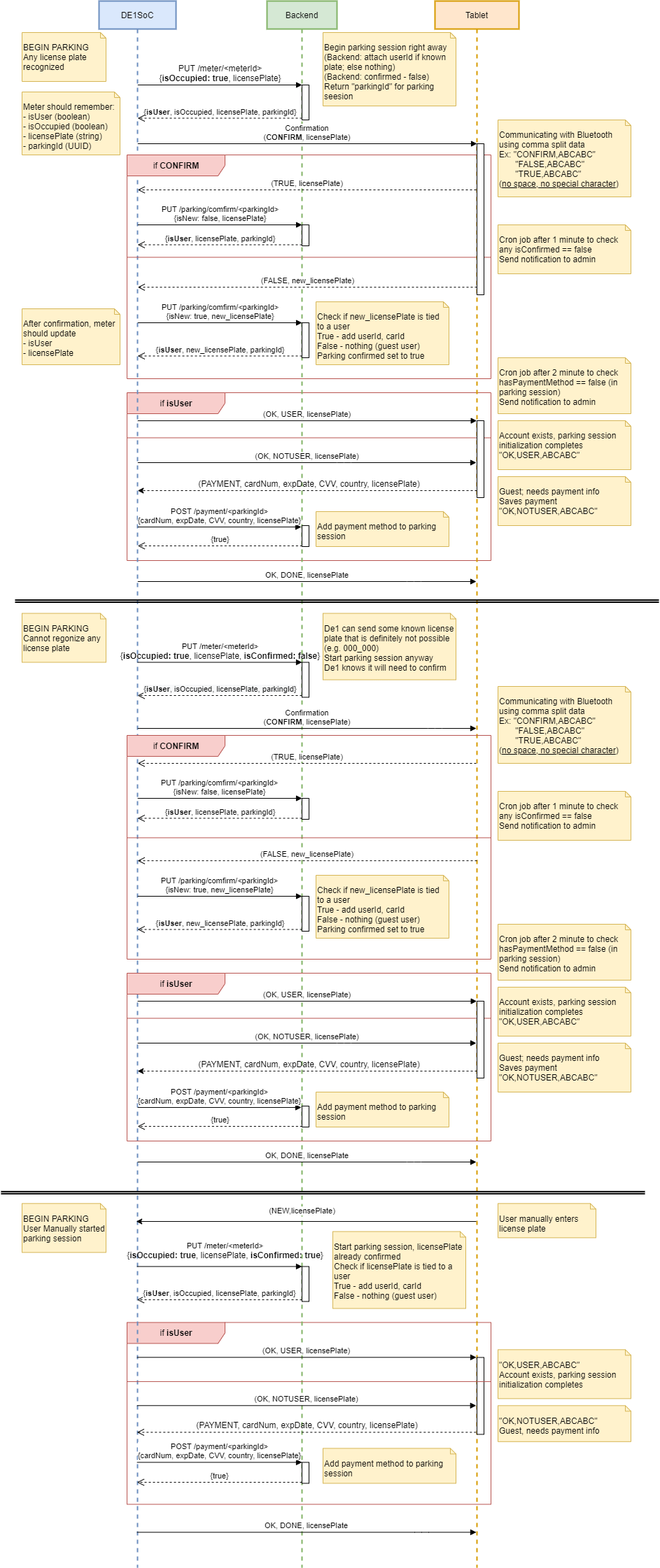
rmcreyes/cpen391-backend keeps this draw.io diagram as static/parking_edit.drawio.png. Above is the earlier version. Source tidied: cells renumbered, new cells last; positions are measured from the earlier drawing's top-left corner, leaving out a move shared by most shapes.
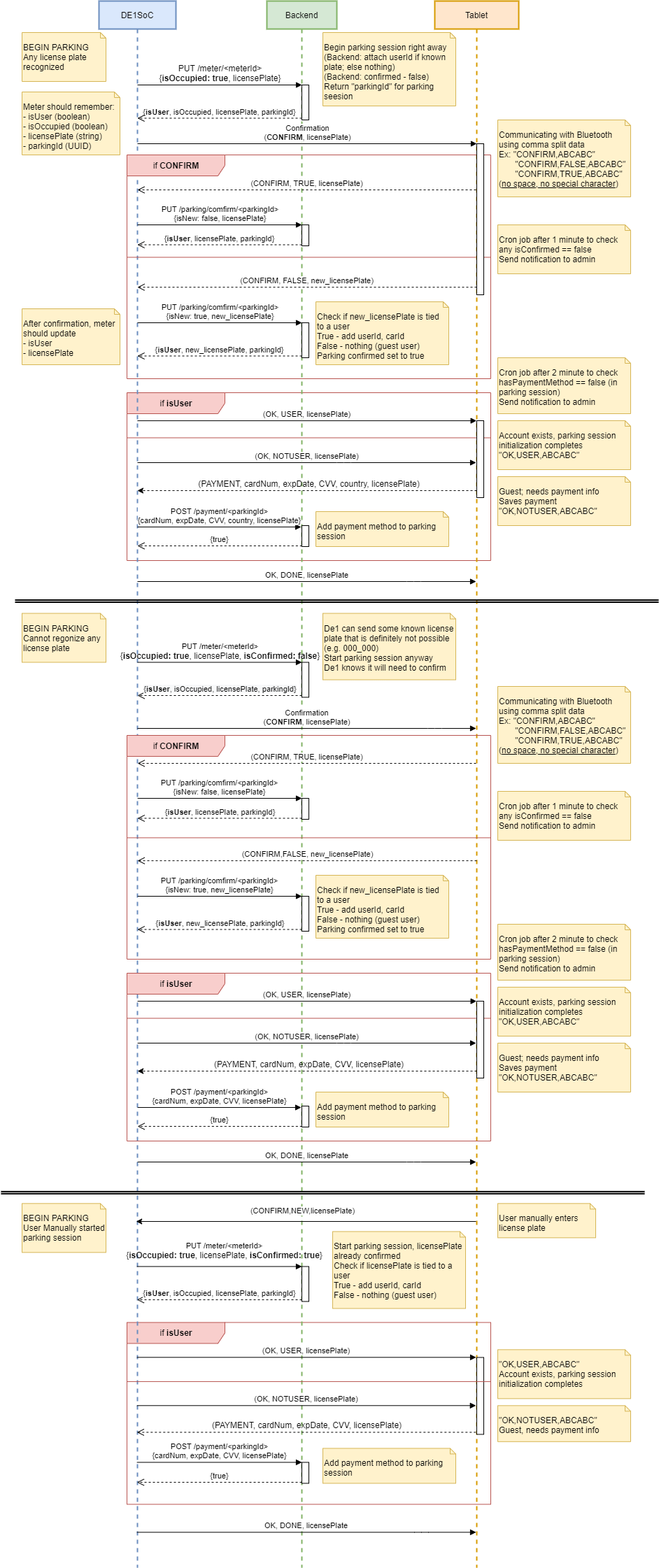
The same diagram one commit later.

Commit message:
command format & no country

Diff of the diagram source:
```diff
@@ -38,10 +38,10 @@
     <mxCell id="13" value="Confirmation&lt;br&gt;(&lt;b&gt;CONFIRM&lt;/b&gt;, licensePlate)" style="html=1;verticalAlign=bottom;endArrow=block;entryX=0;entryY=0;" parent="1" edge="1" source="4" target="47">
       <mxGeometry relative="1" as="geometry" />
     </mxCell>
-    <mxCell id="14" value="(FALSE, new_licensePlate)" style="html=1;verticalAlign=bottom;endArrow=open;dashed=1;endSize=8;exitX=0;exitY=0.95;" parent="1" edge="1" source="47" target="4">
+    <mxCell id="14" value="(CONFIRM, FALSE, new_licensePlate)" style="html=1;verticalAlign=bottom;endArrow=open;dashed=1;endSize=8;exitX=0;exitY=0.95;" parent="1" edge="1" source="47" target="4">
       <mxGeometry relative="1" as="geometry" />
     </mxCell>
-    <mxCell id="15" value="(TRUE, licensePlate)" style="html=1;verticalAlign=bottom;endArrow=open;dashed=1;endSize=8;" parent="1" edge="1" source="7" target="4">
+    <mxCell id="15" value="(CONFIRM, TRUE, licensePlate)" style="html=1;verticalAlign=bottom;endArrow=open;dashed=1;endSize=8;" parent="1" edge="1" source="7" target="4">
       <mxGeometry relative="1" as="geometry">
         <Array as="points">
           <mxPoint x="430" y="270" />
@@ -69,7 +69,7 @@
     <mxCell id="22" value="&lt;blockquote style=&quot;margin: 0 0 0 40px ; border: none ; padding: 0px&quot;&gt;&lt;/blockquote&gt;&lt;span&gt;Cron job after 1 minute to check any isConfirmed == false&lt;br&gt;Send notification to admin&lt;br&gt;&lt;/span&gt;" style="shape=note2;boundedLbl=1;whiteSpace=wrap;html=1;size=8;verticalAlign=top;align=left;fillColor=#fff2cc;strokeColor=#d6b656;" parent="1" vertex="1">
       <mxGeometry x="710" y="320" width="190" height="70" as="geometry" />
     </mxCell>
-    <mxCell id="23" value="&lt;blockquote style=&quot;margin: 0 0 0 40px ; border: none ; padding: 0px&quot;&gt;&lt;/blockquote&gt;Communicating with Bluetooth using comma split data&lt;br&gt;Ex: &quot;CONFIRM,ABCABC&quot;&lt;br&gt;&amp;nbsp; &amp;nbsp; &amp;nbsp; &amp;nbsp;&quot;FALSE,ABCABC&quot;&lt;br&gt;&amp;nbsp; &amp;nbsp; &amp;nbsp; &amp;nbsp;&quot;TRUE,ABCABC&quot;&lt;br&gt;(&lt;u&gt;no space, no special character&lt;/u&gt;)" style="shape=note2;boundedLbl=1;whiteSpace=wrap;html=1;size=8;verticalAlign=top;align=left;fillColor=#fff2cc;strokeColor=#d6b656;" parent="1" vertex="1">
+    <mxCell id="23" value="&lt;blockquote style=&quot;margin: 0 0 0 40px ; border: none ; padding: 0px&quot;&gt;&lt;/blockquote&gt;Communicating with Bluetooth using comma split data&lt;br&gt;Ex: &quot;CONFIRM,ABCABC&quot;&lt;br&gt;&amp;nbsp; &amp;nbsp; &amp;nbsp; &amp;nbsp;&quot;CONFIRM,FALSE,ABCABC&quot;&lt;br&gt;&amp;nbsp; &amp;nbsp; &amp;nbsp; &amp;nbsp;&quot;CONFIRM,TRUE,ABCABC&quot;&lt;br&gt;(&lt;u&gt;no space, no special character&lt;/u&gt;)" style="shape=note2;boundedLbl=1;whiteSpace=wrap;html=1;size=8;verticalAlign=top;align=left;fillColor=#fff2cc;strokeColor=#d6b656;" parent="1" vertex="1">
       <mxGeometry x="710" y="170" width="190" height="110" as="geometry" />
     </mxCell>
     <mxCell id="24" value="(OK, NOTUSER, licensePlate)" style="html=1;verticalAlign=bottom;endArrow=block;dashed=0;" parent="1" edge="1" source="4" target="7">
@@ -133,7 +133,7 @@
         <mxPoint x="193.2" y="1745" as="targetPoint" />
       </mxGeometry>
     </mxCell>
-    <mxCell id="38" value="(NEW,licensePlate)" style="edgeLabel;html=1;align=center;verticalAlign=middle;" parent="37" vertex="1">
+    <mxCell id="38" value="(CONFIRM,NEW,licensePlate)" style="edgeLabel;html=1;align=center;verticalAlign=middle;" parent="37" vertex="1">
       <mxGeometry x="-0.09" y="1" relative="1" as="geometry">
         <mxPoint x="-26.9" y="-16.6" as="offset" />
       </mxGeometry>
@@ -203,7 +203,7 @@
     <mxCell id="57" style="html=1;points=[];perimeter=orthogonalPerimeter;" parent="1" vertex="1">
       <mxGeometry x="430" y="2089.4" width="10" height="30" as="geometry" />
     </mxCell>
-    <mxCell id="58" value="POST /payment/&amp;lt;parkingId&amp;gt;&lt;br&gt;{cardNum, expDate, CVV, country, licensePlate}" style="html=1;verticalAlign=bottom;endArrow=block;entryX=0;entryY=0;" parent="1" edge="1" target="57">
+    <mxCell id="58" value="POST /payment/&amp;lt;parkingId&amp;gt;&lt;br&gt;{cardNum, expDate, CVV, licensePlate}" style="html=1;verticalAlign=bottom;endArrow=block;entryX=0;entryY=0;" parent="1" edge="1" target="57">
       <mxGeometry relative="1" as="geometry">
         <mxPoint x="194.3" y="2089.4" as="sourcePoint" />
       </mxGeometry>
@@ -243,7 +243,7 @@
         </Array>
       </mxGeometry>
     </mxCell>
-    <mxCell id="68" value="&lt;span style=&quot;font-size: 12px;&quot;&gt;(PAYMENT, cardNum, expDate, CVV, country, licensePlate)&lt;/span&gt;" style="html=1;verticalAlign=bottom;endArrow=open;dashed=1;endSize=8;exitX=-0.121;exitY=0.973;exitDx=0;exitDy=0;exitPerimeter=0;labelBackgroundColor=none;" parent="1" edge="1" source="36">
+    <mxCell id="68" value="&lt;span style=&quot;font-size: 12px&quot;&gt;(PAYMENT, cardNum, expDate, CVV, licensePlate)&lt;/span&gt;" style="html=1;verticalAlign=bottom;endArrow=open;dashed=1;endSize=8;exitX=-0.121;exitY=0.973;exitDx=0;exitDy=0;exitPerimeter=0;labelBackgroundColor=none;" parent="1" edge="1" source="36">
       <mxGeometry relative="1" as="geometry">
         <mxPoint x="194.3" y="2046.5" as="targetPoint" />
       </mxGeometry>
@@ -263,13 +263,13 @@
     <mxCell id="73" style="line;strokeWidth=1;labelPosition=center;verticalLabelPosition=bottom;align=left;verticalAlign=top;spacingLeft=20;spacingTop=15;fillColor=#f8cecc;strokeColor=#b85450;" parent="72" vertex="1">
       <mxGeometry y="140" width="520" height="12.8" as="geometry" />
     </mxCell>
-    <mxCell id="74" value="(FALSE, new_licensePlate)" style="html=1;verticalAlign=bottom;endArrow=open;dashed=1;endSize=8;exitX=0;exitY=0.95;" parent="1" edge="1">
+    <mxCell id="74" value="(CONFIRM,FALSE, new_licensePlate)" style="html=1;verticalAlign=bottom;endArrow=open;dashed=1;endSize=8;exitX=0;exitY=0.95;" parent="1" edge="1">
       <mxGeometry relative="1" as="geometry">
         <mxPoint x="680" y="1229.2" as="sourcePoint" />
         <mxPoint x="195.2" y="1229.2" as="targetPoint" />
       </mxGeometry>
     </mxCell>
-    <mxCell id="75" value="(TRUE, licensePlate)" style="html=1;verticalAlign=bottom;endArrow=open;dashed=1;endSize=8;" parent="1" edge="1">
+    <mxCell id="75" value="(CONFIRM, TRUE, licensePlate)" style="html=1;verticalAlign=bottom;endArrow=open;dashed=1;endSize=8;" parent="1" edge="1">
       <mxGeometry relative="1" as="geometry">
         <mxPoint x="679" y="1090" as="sourcePoint" />
         <mxPoint x="195.2" y="1090" as="targetPoint" />
@@ -339,8 +339,8 @@
         </Array>
       </mxGeometry>
     </mxCell>
-    <mxCell id="88" value="&lt;font style=&quot;font-size: 12px&quot;&gt;(PAYMENT, cardNum, expDate, CVV, country, licensePlate)&lt;/font&gt;" style="text;html=1;align=center;verticalAlign=middle;" parent="1" vertex="1">
-      <mxGeometry x="275" y="1510" width="330" height="20" as="geometry" />
+    <mxCell id="88" value="&lt;font style=&quot;font-size: 12px&quot;&gt;(PAYMENT, cardNum, expDate, CVV, licensePlate)&lt;/font&gt;" style="text;html=1;align=center;verticalAlign=middle;" parent="1" vertex="1">
+      <mxGeometry x="295" y="1510" width="290" height="20" as="geometry" />
     </mxCell>
     <mxCell id="89" value="OK, DONE, licensePlate" style="html=1;verticalAlign=bottom;endArrow=block;" parent="1" edge="1">
       <mxGeometry relative="1" as="geometry">
@@ -360,7 +360,7 @@
     <mxCell id="92" style="html=1;points=[];perimeter=orthogonalPerimeter;" parent="1" vertex="1">
       <mxGeometry x="680" y="1430" width="10" height="110" as="geometry" />
     </mxCell>
-    <mxCell id="93" value="POST /payment/&amp;lt;parkingId&amp;gt;&lt;br&gt;{cardNum, expDate, CVV, country, licensePlate}" style="html=1;verticalAlign=bottom;endArrow=block;entryX=-0.1;entryY=0.067;entryDx=0;entryDy=0;entryPerimeter=0;" parent="1" edge="1" target="95">
+    <mxCell id="93" value="POST /payment/&amp;lt;parkingId&amp;gt;&lt;br&gt;{cardNum, expDate, CVV, licensePlate}" style="html=1;verticalAlign=bottom;endArrow=block;entryX=-0.1;entryY=0.067;entryDx=0;entryDy=0;entryPerimeter=0;" parent="1" edge="1" target="95">
       <mxGeometry relative="1" as="geometry">
         <mxPoint x="195.2" y="1582" as="sourcePoint" />
       </mxGeometry>
@@ -376,7 +376,7 @@
     <mxCell id="96" value="&lt;blockquote style=&quot;margin: 0 0 0 40px ; border: none ; padding: 0px&quot;&gt;&lt;/blockquote&gt;&lt;span&gt;Cron job after 1 minute to check any isConfirmed == false&lt;br&gt;Send notification to admin&lt;br&gt;&lt;/span&gt;" style="shape=note2;boundedLbl=1;whiteSpace=wrap;html=1;size=8;verticalAlign=top;align=left;fillColor=#fff2cc;strokeColor=#d6b656;" parent="1" vertex="1">
       <mxGeometry x="710" y="1130" width="190" height="70" as="geometry" />
     </mxCell>
-    <mxCell id="97" value="&lt;blockquote style=&quot;margin: 0 0 0 40px ; border: none ; padding: 0px&quot;&gt;&lt;/blockquote&gt;Communicating with Bluetooth using comma split data&lt;br&gt;Ex: &quot;CONFIRM,ABCABC&quot;&lt;br&gt;&amp;nbsp; &amp;nbsp; &amp;nbsp; &amp;nbsp;&quot;FALSE,ABCABC&quot;&lt;br&gt;&amp;nbsp; &amp;nbsp; &amp;nbsp; &amp;nbsp;&quot;TRUE,ABCABC&quot;&lt;br&gt;(&lt;u&gt;no space, no special character&lt;/u&gt;)" style="shape=note2;boundedLbl=1;whiteSpace=wrap;html=1;size=8;verticalAlign=top;align=left;fillColor=#fff2cc;strokeColor=#d6b656;" parent="1" vertex="1">
+    <mxCell id="97" value="Communicating with Bluetooth using comma split data&lt;br&gt;Ex: &quot;CONFIRM,ABCABC&quot;&lt;br&gt;&amp;nbsp; &amp;nbsp; &amp;nbsp; &amp;nbsp;&quot;CONFIRM,FALSE,ABCABC&quot;&lt;br&gt;&amp;nbsp; &amp;nbsp; &amp;nbsp; &amp;nbsp;&quot;CONFIRM,TRUE,ABCABC&quot;&lt;br&gt;(&lt;u&gt;no space, no special character&lt;/u&gt;)&lt;blockquote style=&quot;margin: 0 0 0 40px ; border: none ; padding: 0px&quot;&gt;&lt;/blockquote&gt;" style="shape=note2;boundedLbl=1;whiteSpace=wrap;html=1;size=8;verticalAlign=top;align=left;fillColor=#fff2cc;strokeColor=#d6b656;" parent="1" vertex="1">
       <mxGeometry x="710" y="980" width="190" height="110" as="geometry" />
     </mxCell>
     <mxCell id="98" value="&lt;blockquote style=&quot;margin: 0 0 0 40px ; border: none ; padding: 0px&quot;&gt;&lt;/blockquote&gt;Account exists, parking session initialization completes&lt;span&gt;&lt;br&gt;&quot;OK,USER,ABCABC&quot;&lt;br&gt;&lt;/span&gt;" style="shape=note2;boundedLbl=1;whiteSpace=wrap;html=1;size=8;verticalAlign=top;align=left;fillColor=#fff2cc;strokeColor=#d6b656;" parent="1" vertex="1">
```
